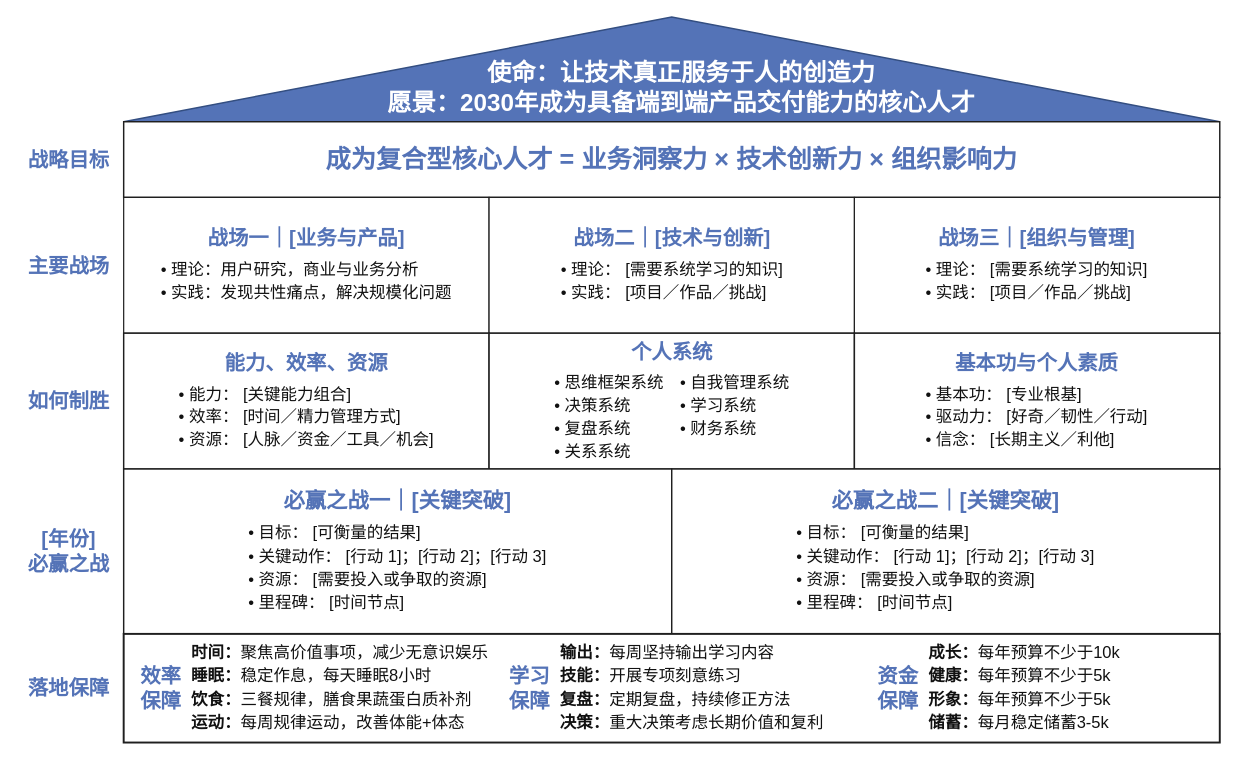
beauc114514/beauc114514 keeps this draw.io diagram as 个人战略屋模板.drawio. Above is the earlier version. Source tidied: cells renumbered, new cells numbered last; positions are measured from the earlier drawing's top-left corner, leaving out a move shared by most shapes. Both pictures are drawn from the tidied source at 97%, with x=0, y=0 at pixel (16, 16).
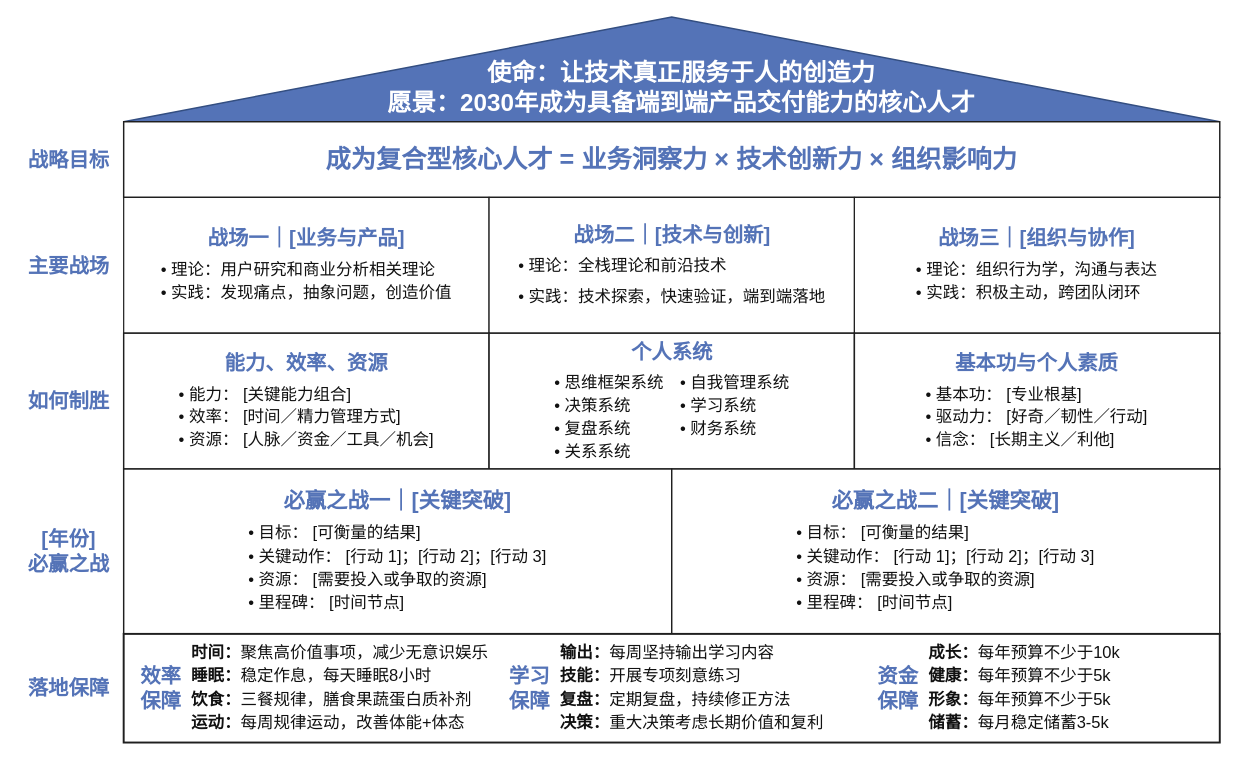
After the change.

Commit message:
更新个人战略屋模板.drawio

Change to the diagram source:
```diff
@@
-    <mxCell id="6" value="&lt;b style=&quot;font-size: 21px; color: rgb(84, 115, 183);&quot;&gt;战场一｜[业务与产品]&lt;/b&gt;&lt;div align=&quot;left&quot; style=&quot;font-size:17px;line-height:1.4;margin-top:8px;&quot;&gt;• 理论：用户研究，商业与业务分析&lt;br&gt;• 实践：发现共性痛点，解决规模化问题&lt;/div&gt;" style="rounded=0;html=1;whiteSpace=wrap;align=center;verticalAlign=middle;spacing=7;fillColor=#FFFFFF;strokeColor=#1F1F1F;strokeWidth=1.25;fontColor=#111111;fontFamily=PingFang SC;fontSize=17;" parent="1" vertex="1">
+    <mxCell id="6" value="&lt;b style=&quot;font-size: 21px; color: rgb(84, 115, 183);&quot;&gt;战场一｜[&lt;/b&gt;&lt;span style=&quot;font-size: 21px; color: rgb(84, 115, 183);&quot;&gt;&lt;b&gt;业务与产品&lt;/b&gt;&lt;/span&gt;&lt;b style=&quot;font-size: 21px; color: rgb(84, 115, 183);&quot;&gt;]&lt;/b&gt;&lt;div align=&quot;left&quot; style=&quot;font-size:17px;line-height:1.4;margin-top:8px;&quot;&gt;• 理论：用户研究和商业分析相关理论&lt;br&gt;• 实践：发现痛点，抽象问题，创造价值&lt;/div&gt;" style="rounded=0;html=1;whiteSpace=wrap;align=center;verticalAlign=middle;spacing=7;fillColor=#FFFFFF;strokeColor=#1F1F1F;strokeWidth=1.25;fontColor=#111111;fontFamily=PingFang SC;fontSize=17;" parent="1" vertex="1">
       <mxGeometry x="110" y="186" width="376.7" height="140" as="geometry" />
     </mxCell>
-    <mxCell id="7" value="&lt;b style=&quot;font-size:21px; color: rgb(84, 115, 183);&quot;&gt;战场二｜[技术与创新]&lt;/b&gt;&lt;div align=&quot;left&quot; style=&quot;font-size:17px;line-height:1.4;margin-top:8px;&quot;&gt;• 理论： [需要系统学习的知识]&lt;br&gt;• 实践： [项目／作品／挑战]&lt;/div&gt;" style="rounded=0;html=1;whiteSpace=wrap;align=center;verticalAlign=middle;spacing=7;fillColor=#FFFFFF;strokeColor=#1F1F1F;strokeWidth=1.25;fontColor=#111111;fontFamily=PingFang SC;fontSize=17;" parent="1" vertex="1">
+    <mxCell id="7" value="&lt;b style=&quot;font-size: 21px; color: rgb(84, 115, 183);&quot;&gt;战场二｜[技术与创新]&lt;/b&gt;&lt;div align=&quot;left&quot; style=&quot;font-size:17px;line-height:1.4;margin-top:8px;&quot;&gt;• 理论：全栈理论和前沿技术&lt;/div&gt;&lt;div align=&quot;left&quot; style=&quot;font-size:17px;line-height:1.4;margin-top:8px;&quot;&gt;• 实践：技术探索，快速验证，端到端落地&lt;/div&gt;" style="rounded=0;html=1;whiteSpace=wrap;align=center;verticalAlign=middle;spacing=7;fillColor=#FFFFFF;strokeColor=#1F1F1F;strokeWidth=1.25;fontColor=#111111;fontFamily=PingFang SC;fontSize=17;" parent="1" vertex="1">
       <mxGeometry x="486.7" y="186" width="376.7" height="140" as="geometry" />
     </mxCell>
-    <mxCell id="8" value="&lt;b style=&quot;font-size:21px; color: rgb(84, 115, 183);&quot;&gt;战场三｜[组织与管理]&lt;/b&gt;&lt;div align=&quot;left&quot; style=&quot;font-size:17px;line-height:1.4;margin-top:8px;&quot;&gt;• 理论： [需要系统学习的知识]&lt;br&gt;• 实践： [项目／作品／挑战]&lt;/div&gt;" style="rounded=0;html=1;whiteSpace=wrap;align=center;verticalAlign=middle;spacing=7;fillColor=#FFFFFF;strokeColor=#1F1F1F;strokeWidth=1.25;fontColor=#111111;fontFamily=PingFang SC;fontSize=17;" parent="1" vertex="1">
+    <mxCell id="8" value="&lt;b style=&quot;font-size: 21px; color: rgb(84, 115, 183);&quot;&gt;战场三｜[组织与协作]&lt;/b&gt;&lt;div align=&quot;left&quot; style=&quot;font-size:17px;line-height:1.4;margin-top:8px;&quot;&gt;• 理论：组织行为学，沟通与表达&lt;br&gt;• 实践：积极主动，跨团队闭环&lt;/div&gt;" style="rounded=0;html=1;whiteSpace=wrap;align=center;verticalAlign=middle;spacing=7;fillColor=#FFFFFF;strokeColor=#1F1F1F;strokeWidth=1.25;fontColor=#111111;fontFamily=PingFang SC;fontSize=17;" parent="1" vertex="1">
       <mxGeometry x="863.3" y="186" width="376.7" height="140" as="geometry" />
     </mxCell>
```
